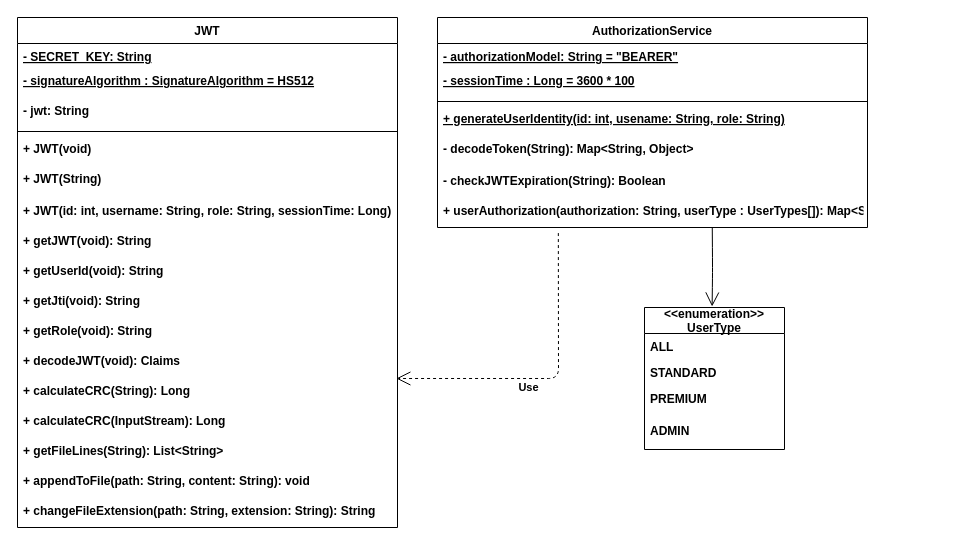
The draw.io diagram docs/skeleton/[httphandler]/[jwt].drawio in StratulatStefan/Licenta, before the edit. Source tidied: cells renumbered, new cells numbered last; positions are measured from the earlier drawing's top-left corner, leaving out a move shared by most shapes. Both pictures are drawn from the tidied source at 100%, with x=0, y=0 at pixel (17, 17).
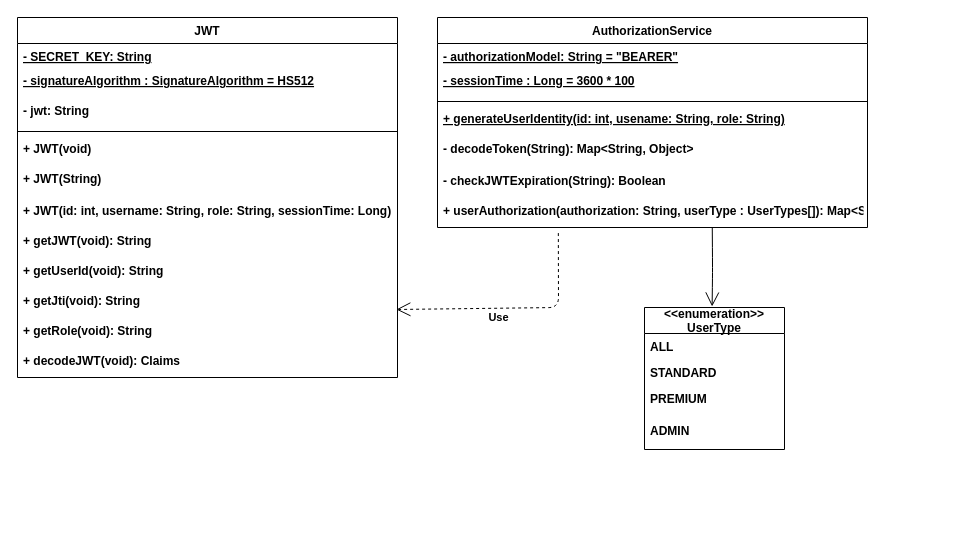
Above is the later version.

The change refers to these unchanged cells:
```xml
<mxCell id="12" value="+ getJti(void): String" style="text;strokeColor=none;fillColor=none;align=left;verticalAlign=top;spacingLeft=4;spacingRight=4;overflow=hidden;points=[[0,0.5],[1,0.5]];portConstraint=eastwest;fontStyle=1;" parent="2" vertex="1">
  <mxGeometry y="270" width="380" height="30" as="geometry" />
</mxCell>
<mxCell id="27" value="+ userAuthorization(authorization: String, userType : UserTypes[]): Map&lt;String, Object&gt;" style="text;strokeColor=none;fillColor=none;align=left;verticalAlign=top;spacingLeft=4;spacingRight=4;overflow=hidden;points=[[0,0.5],[1,0.5]];portConstraint=eastwest;fontStyle=1;" parent="20" vertex="1">
  <mxGeometry y="180" width="430" height="30" as="geometry" />
</mxCell>
```

Change to the diagram source:
```diff
@@
     <mxCell id="2" value="JWT" style="swimlane;fontStyle=1;align=center;verticalAlign=top;horizontal=1;startSize=26;" parent="1" vertex="1">
-      <mxGeometry width="380" height="510" as="geometry" />
+      <mxGeometry width="380" height="360" as="geometry" />
     </mxCell>
@@
-    <mxCell id="15" value="+ calculateCRC(String): Long" style="text;strokeColor=none;fillColor=none;align=left;verticalAlign=top;spacingLeft=4;spacingRight=4;overflow=hidden;points=[[0,0.5],[1,0.5]];portConstraint=eastwest;fontStyle=1;" parent="2" vertex="1">
-      <mxGeometry y="360" width="380" height="30" as="geometry" />
-    </mxCell>
-    <mxCell id="16" value="+ calculateCRC(InputStream): Long" style="text;strokeColor=none;fillColor=none;align=left;verticalAlign=top;spacingLeft=4;spacingRight=4;overflow=hidden;fontStyle=1;" parent="2" vertex="1">
-      <mxGeometry y="390" width="380" height="30" as="geometry" />
-    </mxCell>
-    <mxCell id="17" value="+ getFileLines(String): List&lt;String&gt;" style="text;strokeColor=none;fillColor=none;align=left;verticalAlign=top;spacingLeft=4;spacingRight=4;overflow=hidden;fontStyle=1;" parent="2" vertex="1">
-      <mxGeometry y="420" width="380" height="30" as="geometry" />
-    </mxCell>
-    <mxCell id="18" value="+ appendToFile(path: String, content: String): void" style="text;strokeColor=none;fillColor=none;align=left;verticalAlign=top;spacingLeft=4;spacingRight=4;overflow=hidden;fontStyle=1;" parent="2" vertex="1">
-      <mxGeometry y="450" width="380" height="30" as="geometry" />
-    </mxCell>
-    <mxCell id="19" value="+ changeFileExtension(path: String, extension: String): String" style="text;strokeColor=none;fillColor=none;align=left;verticalAlign=top;spacingLeft=4;spacingRight=4;overflow=hidden;fontStyle=1;" parent="2" vertex="1">
-      <mxGeometry y="480" width="380" height="30" as="geometry" />
-    </mxCell>
@@
-    <mxCell id="34" value="Use" style="endArrow=open;endSize=12;dashed=1;html=1;exitX=0.281;exitY=1.185;exitDx=0;exitDy=0;exitPerimeter=0;entryX=0.997;entryY=0.033;entryDx=0;entryDy=0;entryPerimeter=0;fontStyle=1;" parent="1" edge="1" source="27" target="15">
+    <mxCell id="34" value="Use" style="endArrow=open;endSize=12;dashed=1;html=1;exitX=0.281;exitY=1.185;exitDx=0;exitDy=0;exitPerimeter=0;entryX=0.997;entryY=0.733;entryDx=0;entryDy=0;entryPerimeter=0;fontStyle=1;" parent="1" edge="1" source="27" target="12">
       <mxGeometry x="0.14" y="9" relative="1" as="geometry">
         <Array as="points">
-          <mxPoint x="541" y="361" />
+          <mxPoint x="541" y="290" />
         </Array>
       </mxGeometry>
     </mxCell>
```
